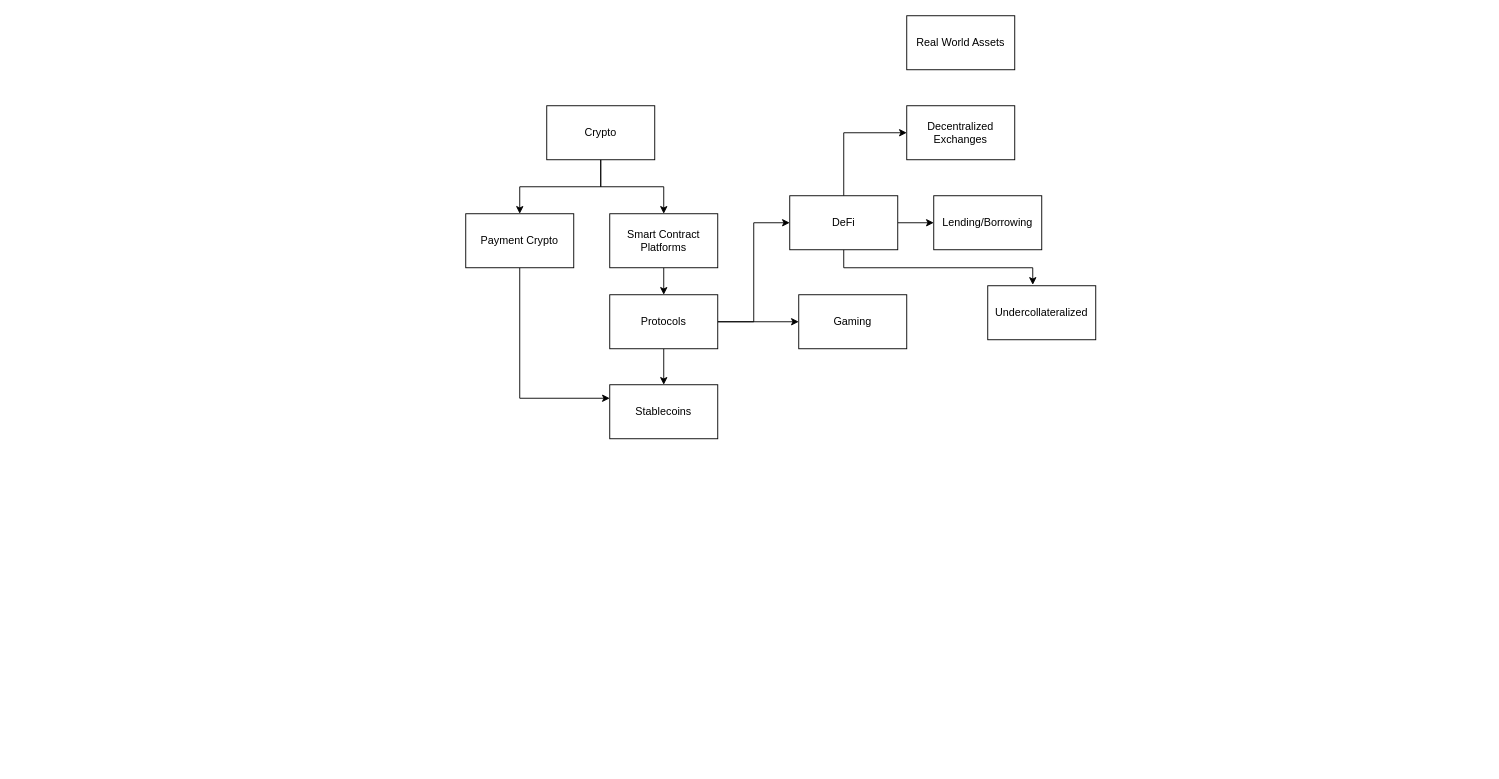
Earlier version of the draw.io diagram Untitled Diagram.drawio (mzhao8/smartcontracts). Source tidied: cells renumbered, new cells numbered last; positions are measured from the earlier drawing's top-left corner, leaving out a move shared by most shapes. Both pictures are drawn from the tidied source at 90%, with x=0, y=0 at pixel (465, 15).
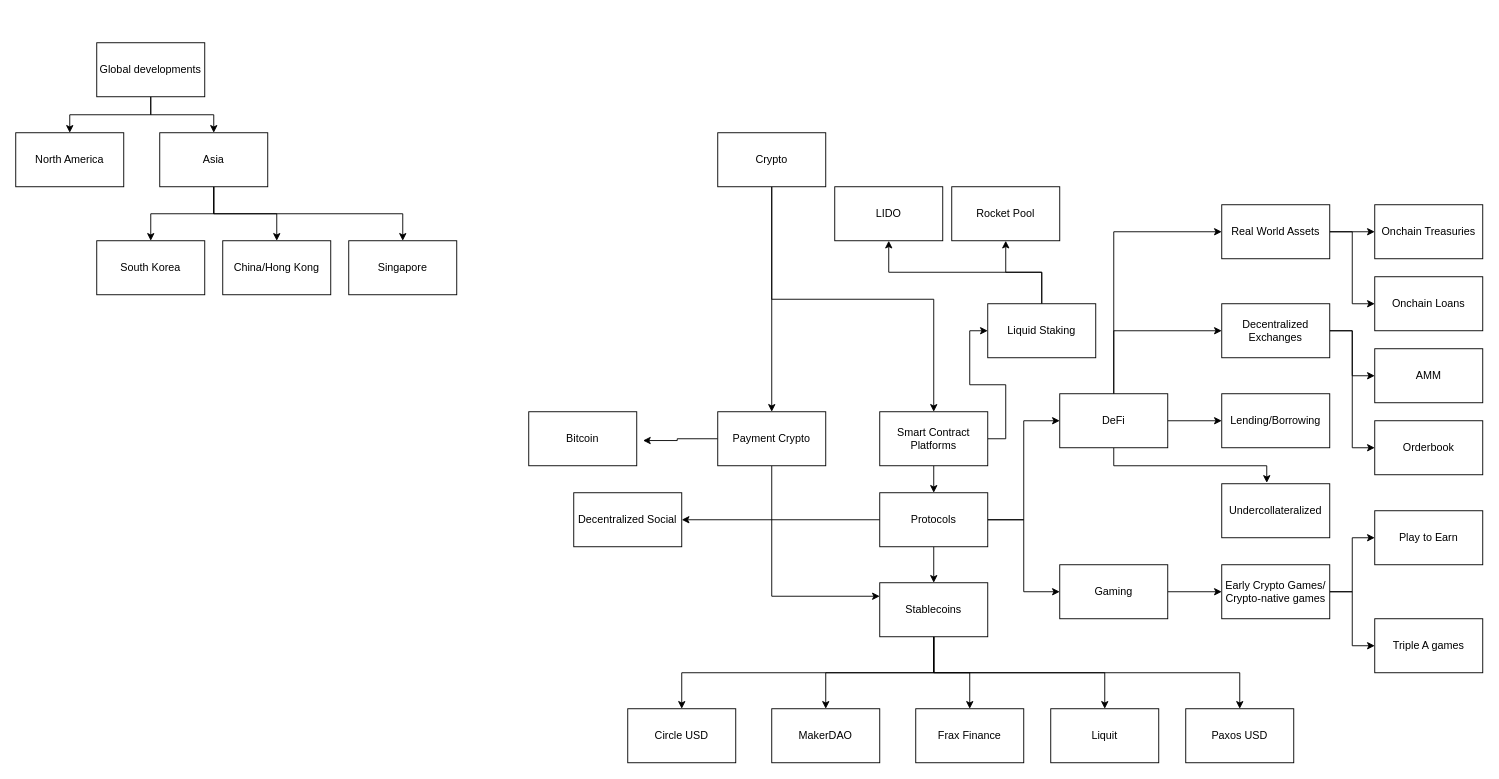
The same diagram, later.

The edit, as a diff of the source:
```diff
@@
-    <mxCell id="4" value="Crypto" style="rounded=0;whiteSpace=wrap;html=1;" parent="1" vertex="1">
-      <mxGeometry x="90" y="100" width="120" height="60" as="geometry" />
+    <mxCell id="4" value="Crypto" style="rounded=0;whiteSpace=wrap;html=1;fillColor=#FFFFFF;" parent="1" vertex="1">
+      <mxGeometry x="280" y="130" width="120" height="60" as="geometry" />
     </mxCell>
@@
+    <mxCell id="23" style="edgeStyle=orthogonalEdgeStyle;rounded=0;jettySize=auto;html=1;exitX=0;exitY=0.5;exitDx=0;exitDy=0;entryX=1.058;entryY=0.533;entryDx=0;entryDy=0;entryPerimeter=0;" parent="1" edge="1" source="6" target="42">
+      <mxGeometry relative="1" as="geometry" />
+    </mxCell>
     <mxCell id="6" value="Payment Crypto" style="rounded=0;whiteSpace=wrap;html=1;" parent="1" vertex="1">
-      <mxGeometry y="220" width="120" height="60" as="geometry" />
+      <mxGeometry x="280" y="440" width="120" height="60" as="geometry" />
     </mxCell>
@@
+    <mxCell id="24" style="edgeStyle=orthogonalEdgeStyle;rounded=0;jettySize=auto;html=1;exitX=1;exitY=0.5;exitDx=0;exitDy=0;entryX=0;entryY=0.5;entryDx=0;entryDy=0;" parent="1" edge="1" source="8" target="60">
+      <mxGeometry relative="1" as="geometry" />
+    </mxCell>
     <mxCell id="8" value="Smart Contract Platforms" style="rounded=0;whiteSpace=wrap;html=1;" parent="1" vertex="1">
-      <mxGeometry x="160" y="220" width="120" height="60" as="geometry" />
+      <mxGeometry x="460" y="440" width="120" height="60" as="geometry" />
     </mxCell>
@@
+    <mxCell id="25" style="edgeStyle=orthogonalEdgeStyle;rounded=0;jettySize=auto;html=1;exitX=0;exitY=0.5;exitDx=0;exitDy=0;entryX=1;entryY=0.5;entryDx=0;entryDy=0;" parent="1" edge="1" source="12" target="68">
+      <mxGeometry relative="1" as="geometry" />
+    </mxCell>
     <mxCell id="12" value="Protocols" style="rounded=0;whiteSpace=wrap;html=1;" parent="1" vertex="1">
-      <mxGeometry x="160" y="310" width="120" height="60" as="geometry" />
+      <mxGeometry x="460" y="530" width="120" height="60" as="geometry" />
     </mxCell>
+    <mxCell id="26" style="edgeStyle=orthogonalEdgeStyle;rounded=0;jettySize=auto;html=1;exitX=0.5;exitY=1;exitDx=0;exitDy=0;" parent="1" edge="1" source="13" target="37">
+      <mxGeometry relative="1" as="geometry" />
+    </mxCell>
+    <mxCell id="27" style="edgeStyle=orthogonalEdgeStyle;rounded=0;jettySize=auto;html=1;exitX=0.5;exitY=1;exitDx=0;exitDy=0;" parent="1" edge="1" source="13" target="38">
+      <mxGeometry relative="1" as="geometry" />
+    </mxCell>
+    <mxCell id="28" style="edgeStyle=orthogonalEdgeStyle;rounded=0;jettySize=auto;html=1;exitX=0.5;exitY=1;exitDx=0;exitDy=0;" parent="1" edge="1" source="13" target="39">
+      <mxGeometry relative="1" as="geometry" />
+    </mxCell>
+    <mxCell id="29" style="edgeStyle=orthogonalEdgeStyle;rounded=0;jettySize=auto;html=1;exitX=0.5;exitY=1;exitDx=0;exitDy=0;" parent="1" edge="1" source="13" target="40">
+      <mxGeometry relative="1" as="geometry" />
+    </mxCell>
+    <mxCell id="30" style="edgeStyle=orthogonalEdgeStyle;rounded=0;jettySize=auto;html=1;exitX=0.5;exitY=1;exitDx=0;exitDy=0;" parent="1" edge="1" source="13" target="41">
+      <mxGeometry relative="1" as="geometry" />
+    </mxCell>
     <mxCell id="13" value="Stablecoins" style="rounded=0;whiteSpace=wrap;html=1;" parent="1" vertex="1">
-      <mxGeometry x="160" y="410" width="120" height="60" as="geometry" />
+      <mxGeometry x="460" y="630" width="120" height="60" as="geometry" />
     </mxCell>
@@
+    <mxCell id="31" style="edgeStyle=orthogonalEdgeStyle;rounded=0;jettySize=auto;html=1;exitX=0.5;exitY=0;exitDx=0;exitDy=0;entryX=0;entryY=0.5;entryDx=0;entryDy=0;" parent="1" edge="1" source="17" target="22">
+      <mxGeometry relative="1" as="geometry" />
+    </mxCell>
     <mxCell id="17" value="DeFi" style="rounded=0;whiteSpace=wrap;html=1;" parent="1" vertex="1">
-      <mxGeometry x="360" y="200" width="120" height="60" as="geometry" />
+      <mxGeometry x="660" y="420" width="120" height="60" as="geometry" />
     </mxCell>
+    <mxCell id="32" style="edgeStyle=orthogonalEdgeStyle;rounded=0;jettySize=auto;html=1;exitX=1;exitY=0.5;exitDx=0;exitDy=0;entryX=0;entryY=0.5;entryDx=0;entryDy=0;" parent="1" edge="1" source="18" target="65">
+      <mxGeometry relative="1" as="geometry" />
+    </mxCell>
     <mxCell id="18" value="Gaming" style="rounded=0;whiteSpace=wrap;html=1;" parent="1" vertex="1">
-      <mxGeometry x="370" y="310" width="120" height="60" as="geometry" />
+      <mxGeometry x="660" y="610" width="120" height="60" as="geometry" />
     </mxCell>
+    <mxCell id="33" style="edgeStyle=orthogonalEdgeStyle;rounded=0;jettySize=auto;html=1;exitX=1;exitY=0.5;exitDx=0;exitDy=0;entryX=0;entryY=0.5;entryDx=0;entryDy=0;" parent="1" edge="1" source="19" target="45">
+      <mxGeometry relative="1" as="geometry" />
+    </mxCell>
+    <mxCell id="34" style="edgeStyle=orthogonalEdgeStyle;rounded=0;jettySize=auto;html=1;exitX=1;exitY=0.5;exitDx=0;exitDy=0;entryX=0;entryY=0.5;entryDx=0;entryDy=0;" parent="1" edge="1" source="19" target="46">
+      <mxGeometry relative="1" as="geometry" />
+    </mxCell>
     <mxCell id="19" value="Decentralized Exchanges" style="rounded=0;whiteSpace=wrap;html=1;" parent="1" vertex="1">
-      <mxGeometry x="490" y="100" width="120" height="60" as="geometry" />
+      <mxGeometry x="840" y="320" width="120" height="60" as="geometry" />
     </mxCell>
     <mxCell id="20" value="Lending/Borrowing" style="rounded=0;whiteSpace=wrap;html=1;" parent="1" vertex="1">
-      <mxGeometry x="520" y="200" width="120" height="60" as="geometry" />
+      <mxGeometry x="840" y="420" width="120" height="60" as="geometry" />
     </mxCell>
     <mxCell id="21" value="Undercollateralized" style="rounded=0;whiteSpace=wrap;html=1;" parent="1" vertex="1">
-      <mxGeometry x="580" y="300" width="120" height="60" as="geometry" />
+      <mxGeometry x="840" y="520" width="120" height="60" as="geometry" />
     </mxCell>
+    <mxCell id="35" style="edgeStyle=orthogonalEdgeStyle;rounded=0;jettySize=auto;html=1;exitX=1;exitY=0.5;exitDx=0;exitDy=0;entryX=0;entryY=0.5;entryDx=0;entryDy=0;" parent="1" edge="1" source="22" target="43">
+      <mxGeometry relative="1" as="geometry" />
+    </mxCell>
+    <mxCell id="36" style="edgeStyle=orthogonalEdgeStyle;rounded=0;jettySize=auto;html=1;exitX=1;exitY=0.5;exitDx=0;exitDy=0;entryX=0;entryY=0.5;entryDx=0;entryDy=0;" parent="1" edge="1" source="22" target="44">
+      <mxGeometry relative="1" as="geometry" />
+    </mxCell>
     <mxCell id="22" value="Real World Assets" style="rounded=0;whiteSpace=wrap;html=1;" parent="1" vertex="1">
-      <mxGeometry x="490" width="120" height="60" as="geometry" />
+      <mxGeometry x="840" y="210" width="120" height="60" as="geometry" />
     </mxCell>
+    <mxCell id="37" value="MakerDAO" style="rounded=0;whiteSpace=wrap;html=1;" parent="1" vertex="1">
+      <mxGeometry x="340" y="770" width="120" height="60" as="geometry" />
+    </mxCell>
+    <mxCell id="38" value="Frax Finance" style="rounded=0;whiteSpace=wrap;html=1;" parent="1" vertex="1">
+      <mxGeometry x="500" y="770" width="120" height="60" as="geometry" />
+    </mxCell>
+    <mxCell id="39" value="Liquit" style="rounded=0;whiteSpace=wrap;html=1;" parent="1" vertex="1">
+      <mxGeometry x="650" y="770" width="120" height="60" as="geometry" />
+    </mxCell>
+    <mxCell id="40" value="Circle USD" style="rounded=0;whiteSpace=wrap;html=1;" parent="1" vertex="1">
+      <mxGeometry x="180" y="770" width="120" height="60" as="geometry" />
+    </mxCell>
+    <mxCell id="41" value="Paxos USD" style="rounded=0;whiteSpace=wrap;html=1;" parent="1" vertex="1">
+      <mxGeometry x="800" y="770" width="120" height="60" as="geometry" />
+    </mxCell>
+    <mxCell id="42" value="Bitcoin" style="rounded=0;whiteSpace=wrap;html=1;" parent="1" vertex="1">
+      <mxGeometry x="70" y="440" width="120" height="60" as="geometry" />
+    </mxCell>
+    <mxCell id="43" value="Onchain Treasuries" style="rounded=0;whiteSpace=wrap;html=1;" parent="1" vertex="1">
+      <mxGeometry x="1010" y="210" width="120" height="60" as="geometry" />
+    </mxCell>
+    <mxCell id="44" value="Onchain Loans" style="rounded=0;whiteSpace=wrap;html=1;" parent="1" vertex="1">
+      <mxGeometry x="1010" y="290" width="120" height="60" as="geometry" />
+    </mxCell>
+    <mxCell id="45" value="AMM" style="rounded=0;whiteSpace=wrap;html=1;" parent="1" vertex="1">
+      <mxGeometry x="1010" y="370" width="120" height="60" as="geometry" />
+    </mxCell>
+    <mxCell id="46" value="Orderbook" style="rounded=0;whiteSpace=wrap;html=1;" parent="1" vertex="1">
+      <mxGeometry x="1010" y="450" width="120" height="60" as="geometry" />
+    </mxCell>
+    <mxCell id="47" style="edgeStyle=orthogonalEdgeStyle;rounded=0;jettySize=auto;html=1;exitX=0.5;exitY=1;exitDx=0;exitDy=0;entryX=0.5;entryY=0;entryDx=0;entryDy=0;" parent="1" edge="1" source="49" target="50">
+      <mxGeometry relative="1" as="geometry" />
+    </mxCell>
+    <mxCell id="48" style="edgeStyle=orthogonalEdgeStyle;rounded=0;jettySize=auto;html=1;exitX=0.5;exitY=1;exitDx=0;exitDy=0;" parent="1" edge="1" source="49" target="54">
+      <mxGeometry relative="1" as="geometry" />
+    </mxCell>
+    <mxCell id="49" value="Global developments" style="rounded=0;whiteSpace=wrap;html=1;strokeColor=#000000;fillColor=#FFFFFF;" parent="1" vertex="1">
+      <mxGeometry x="-410" y="30" width="120" height="60" as="geometry" />
+    </mxCell>
+    <mxCell id="50" value="North America" style="rounded=0;whiteSpace=wrap;html=1;strokeColor=#000000;fillColor=#FFFFFF;" parent="1" vertex="1">
+      <mxGeometry x="-500" y="130" width="120" height="60" as="geometry" />
+    </mxCell>
+    <mxCell id="51" style="edgeStyle=orthogonalEdgeStyle;rounded=0;jettySize=auto;html=1;exitX=0.5;exitY=1;exitDx=0;exitDy=0;entryX=0.5;entryY=0;entryDx=0;entryDy=0;" parent="1" edge="1" source="54" target="55">
+      <mxGeometry relative="1" as="geometry" />
+    </mxCell>
+    <mxCell id="52" style="edgeStyle=orthogonalEdgeStyle;rounded=0;jettySize=auto;html=1;exitX=0.5;exitY=1;exitDx=0;exitDy=0;entryX=0.5;entryY=0;entryDx=0;entryDy=0;" parent="1" edge="1" source="54" target="56">
+      <mxGeometry relative="1" as="geometry" />
+    </mxCell>
+    <mxCell id="53" style="edgeStyle=orthogonalEdgeStyle;rounded=0;jettySize=auto;html=1;exitX=0.5;exitY=1;exitDx=0;exitDy=0;entryX=0.5;entryY=0;entryDx=0;entryDy=0;" parent="1" edge="1" source="54" target="57">
+      <mxGeometry relative="1" as="geometry" />
+    </mxCell>
+    <mxCell id="54" value="Asia" style="rounded=0;whiteSpace=wrap;html=1;strokeColor=#000000;fillColor=#FFFFFF;" parent="1" vertex="1">
+      <mxGeometry x="-340" y="130" width="120" height="60" as="geometry" />
+    </mxCell>
+    <mxCell id="55" value="China/Hong Kong" style="rounded=0;whiteSpace=wrap;html=1;strokeColor=#000000;fillColor=#FFFFFF;" parent="1" vertex="1">
+      <mxGeometry x="-270" y="250" width="120" height="60" as="geometry" />
+    </mxCell>
+    <mxCell id="56" value="Singapore" style="rounded=0;whiteSpace=wrap;html=1;strokeColor=#000000;fillColor=#FFFFFF;" parent="1" vertex="1">
+      <mxGeometry x="-130" y="250" width="120" height="60" as="geometry" />
+    </mxCell>
+    <mxCell id="57" value="South Korea" style="rounded=0;whiteSpace=wrap;html=1;strokeColor=#000000;fillColor=#FFFFFF;" parent="1" vertex="1">
+      <mxGeometry x="-410" y="250" width="120" height="60" as="geometry" />
+    </mxCell>
+    <mxCell id="58" style="edgeStyle=orthogonalEdgeStyle;rounded=0;jettySize=auto;html=1;exitX=0.5;exitY=0;exitDx=0;exitDy=0;entryX=0.5;entryY=1;entryDx=0;entryDy=0;" parent="1" edge="1" source="60" target="61">
+      <mxGeometry relative="1" as="geometry" />
+    </mxCell>
+    <mxCell id="59" style="edgeStyle=orthogonalEdgeStyle;rounded=0;jettySize=auto;html=1;exitX=0.5;exitY=0;exitDx=0;exitDy=0;entryX=0.5;entryY=1;entryDx=0;entryDy=0;" parent="1" edge="1" source="60" target="62">
+      <mxGeometry relative="1" as="geometry" />
+    </mxCell>
+    <mxCell id="60" value="Liquid Staking" style="rounded=0;whiteSpace=wrap;html=1;strokeColor=#000000;fillColor=#FFFFFF;" parent="1" vertex="1">
+      <mxGeometry x="580" y="320" width="120" height="60" as="geometry" />
+    </mxCell>
+    <mxCell id="61" value="Rocket Pool" style="rounded=0;whiteSpace=wrap;html=1;strokeColor=#000000;fillColor=#FFFFFF;" parent="1" vertex="1">
+      <mxGeometry x="540" y="190" width="120" height="60" as="geometry" />
+    </mxCell>
+    <mxCell id="62" value="LIDO" style="rounded=0;whiteSpace=wrap;html=1;strokeColor=#000000;fillColor=#FFFFFF;" parent="1" vertex="1">
+      <mxGeometry x="410" y="190" width="120" height="60" as="geometry" />
+    </mxCell>
+    <mxCell id="63" style="edgeStyle=orthogonalEdgeStyle;rounded=0;jettySize=auto;html=1;exitX=1;exitY=0.5;exitDx=0;exitDy=0;entryX=0;entryY=0.5;entryDx=0;entryDy=0;" parent="1" edge="1" source="65" target="66">
+      <mxGeometry relative="1" as="geometry" />
+    </mxCell>
+    <mxCell id="64" style="edgeStyle=orthogonalEdgeStyle;rounded=0;jettySize=auto;html=1;exitX=1;exitY=0.5;exitDx=0;exitDy=0;entryX=0;entryY=0.5;entryDx=0;entryDy=0;" parent="1" edge="1" source="65" target="67">
+      <mxGeometry relative="1" as="geometry" />
+    </mxCell>
+    <mxCell id="65" value="Early Crypto Games/ Crypto-native games" style="rounded=0;whiteSpace=wrap;html=1;strokeColor=#000000;fillColor=#FFFFFF;" parent="1" vertex="1">
+      <mxGeometry x="840" y="610" width="120" height="60" as="geometry" />
+    </mxCell>
+    <mxCell id="66" value="Play to Earn" style="rounded=0;whiteSpace=wrap;html=1;strokeColor=#000000;fillColor=#FFFFFF;" parent="1" vertex="1">
+      <mxGeometry x="1010" y="550" width="120" height="60" as="geometry" />
+    </mxCell>
+    <mxCell id="67" value="Triple A games" style="rounded=0;whiteSpace=wrap;html=1;strokeColor=#000000;fillColor=#FFFFFF;" parent="1" vertex="1">
+      <mxGeometry x="1010" y="670" width="120" height="60" as="geometry" />
+    </mxCell>
+    <mxCell id="68" value="Decentralized Social" style="rounded=0;whiteSpace=wrap;html=1;strokeColor=#000000;fillColor=#FFFFFF;" parent="1" vertex="1">
+      <mxGeometry x="120" y="530" width="120" height="60" as="geometry" />
+    </mxCell>
```
